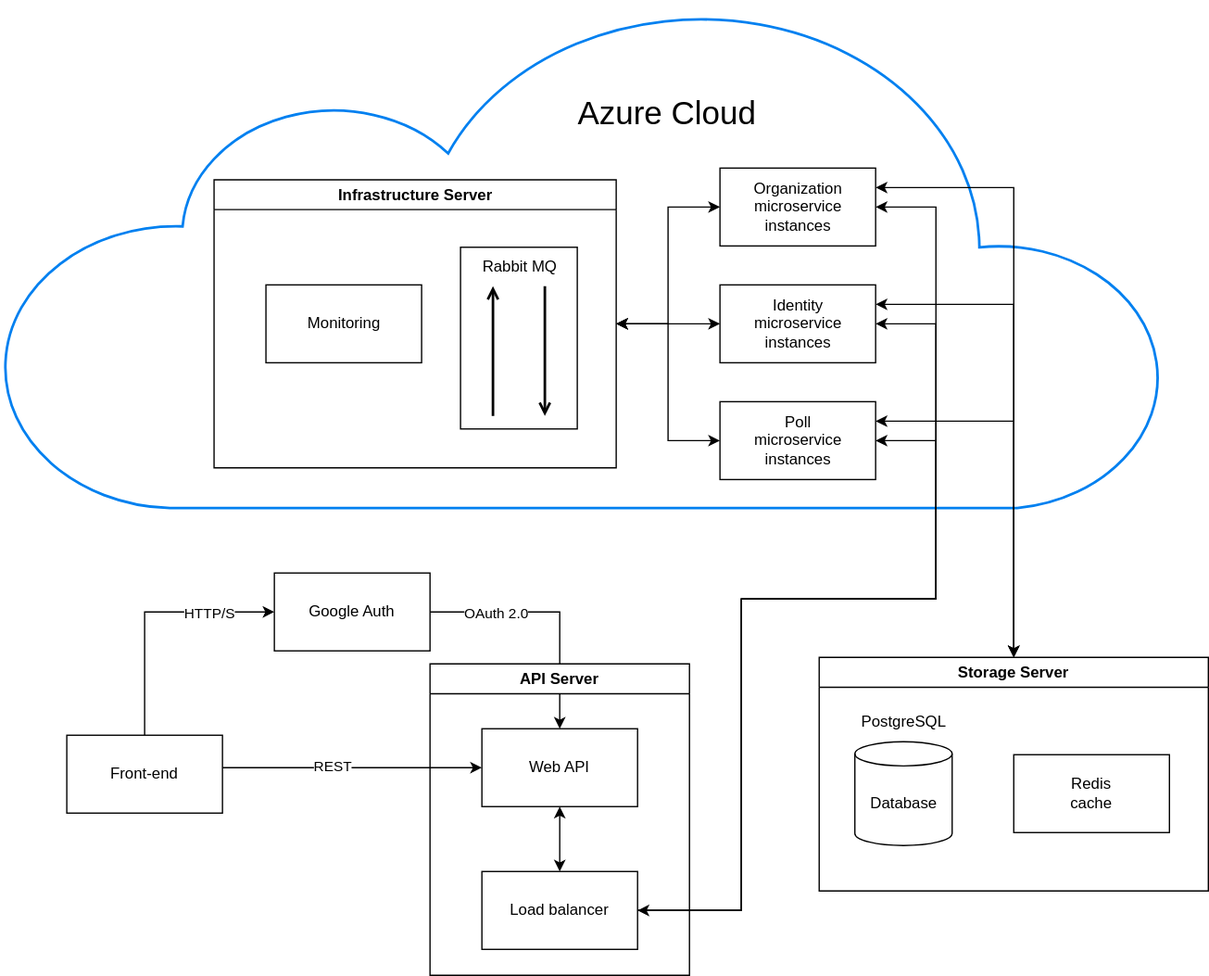
Above: docs/design/diagrams/deployment.svg in gurug-prog/survey-expert (draw.io), before the change. Source tidied: cells renumbered, new cells last; positions are measured from the earlier drawing's top-left corner, leaving out a move shared by most shapes.
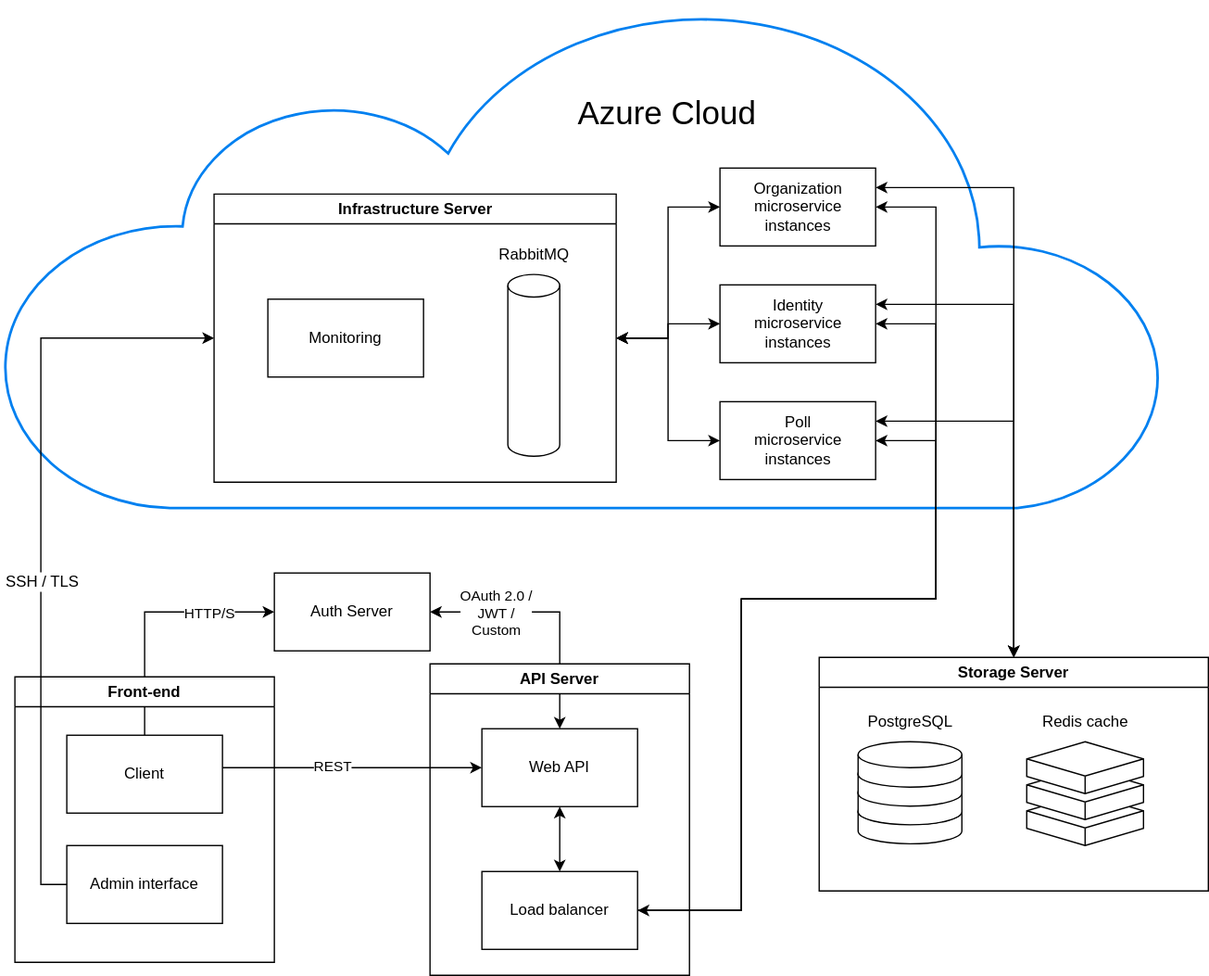
After the change.

Diff of the diagram source:
```diff
@@ -2,24 +2,15 @@
   <root>
     <mxCell id="0" />
     <mxCell id="1" parent="0" />
-    <mxCell id="2" style="group;" parent="1" vertex="1">
-      <mxGeometry width="898" height="390" as="geometry" />
-    </mxCell>
-    <mxCell id="3" style="html=1;verticalLabelPosition=bottom;align=center;labelBackgroundColor=#ffffff;verticalAlign=top;strokeWidth=2;strokeColor=#0080F0;shadow=0;dashed=0;shape=mxgraph.ios7.icons.cloud;" parent="2" vertex="1">
-      <mxGeometry width="898" height="390" as="geometry" />
-    </mxCell>
-    <mxCell id="4" value="&lt;font style=&quot;font-size: 25px;&quot;&gt;Azure Cloud&lt;/font&gt;" style="text;html=1;strokeColor=none;fillColor=none;align=center;verticalAlign=middle;whiteSpace=wrap;rounded=0;" parent="2" vertex="1">
-      <mxGeometry x="438" y="70" width="150" height="30" as="geometry" />
-    </mxCell>
-    <mxCell id="5" style="edgeStyle=orthogonalEdgeStyle;rounded=0;jettySize=auto;html=1;exitX=1;exitY=0.5;exitDx=0;exitDy=0;entryX=0.5;entryY=0;entryDx=0;entryDy=0;" parent="1" edge="1" source="7" target="13">
+    <mxCell id="5" style="edgeStyle=orthogonalEdgeStyle;rounded=0;jettySize=auto;html=1;exitX=1;exitY=0.5;exitDx=0;exitDy=0;entryX=0.5;entryY=0;entryDx=0;entryDy=0;startArrow=classic;startFill=1;" parent="1" edge="1" source="7" target="13">
       <mxGeometry relative="1" as="geometry" />
     </mxCell>
-    <mxCell id="6" value="OAuth 2.0" style="edgeLabel;html=1;align=center;verticalAlign=middle;" parent="5" vertex="1">
+    <mxCell id="6" value="OAuth 2.0 /&lt;br&gt;JWT /&lt;br&gt;Custom" style="edgeLabel;html=1;align=center;verticalAlign=middle;" parent="5" vertex="1">
       <mxGeometry x="-0.31" y="2" relative="1" as="geometry">
         <mxPoint x="-16" y="2" as="offset" />
       </mxGeometry>
     </mxCell>
-    <mxCell id="7" value="Google Auth" style="rounded=0;whiteSpace=wrap;html=1;" parent="1" vertex="1">
+    <mxCell id="7" value="Auth Server" style="rounded=0;whiteSpace=wrap;html=1;" parent="1" vertex="1">
       <mxGeometry x="210" y="440" width="120" height="60" as="geometry" />
     </mxCell>
     <mxCell id="8" style="edgeStyle=orthogonalEdgeStyle;rounded=0;jettySize=auto;html=1;entryX=0;entryY=0.5;entryDx=0;entryDy=0;exitX=1;exitY=0.417;exitDx=0;exitDy=0;exitPerimeter=0;" parent="1" edge="1" source="40" target="13">
@@ -51,18 +42,18 @@
     <mxCell id="16" value="Storage Server" style="swimlane;whiteSpace=wrap;html=1;" parent="1" vertex="1">
       <mxGeometry x="630" y="505" width="300" height="180" as="geometry" />
     </mxCell>
-    <mxCell id="17" value="Redis&lt;br&gt;cache" style="rounded=0;whiteSpace=wrap;html=1;" parent="16" vertex="1">
-      <mxGeometry x="150" y="75" width="120" height="60" as="geometry" />
+    <mxCell id="17" value="Redis cache" style="text;html=1;align=center;verticalAlign=middle;strokeColor=none;fillColor=none;" parent="16" vertex="1">
+      <mxGeometry x="160" y="35" width="90" height="30" as="geometry" />
     </mxCell>
-    <mxCell id="18" style="group;" parent="16" vertex="1">
-      <mxGeometry x="20" y="35" width="90" height="110" as="geometry" />
-    </mxCell>
-    <mxCell id="19" value="Database" style="shape=cylinder3;whiteSpace=wrap;html=1;boundedLbl=1;backgroundOutline=1;size=9.333333333333258;" parent="18" vertex="1">
-      <mxGeometry x="7.5" y="30" width="75" height="80" as="geometry" />
-    </mxCell>
-    <mxCell id="20" value="PostgreSQL" style="text;html=1;align=center;verticalAlign=middle;strokeColor=none;fillColor=none;" parent="18" vertex="1">
-      <mxGeometry width="90" height="30" as="geometry" />
+    <mxCell id="20" value="PostgreSQL" style="text;html=1;align=center;verticalAlign=middle;strokeColor=none;fillColor=none;" parent="16" vertex="1">
+      <mxGeometry x="25" y="35" width="90" height="30" as="geometry" />
     </mxCell>
+    <mxCell id="3" style="html=1;verticalLabelPosition=bottom;align=center;labelBackgroundColor=#ffffff;verticalAlign=top;strokeWidth=2;strokeColor=#0080F0;shadow=0;dashed=0;shape=mxgraph.ios7.icons.cloud;" parent="1" vertex="1">
+      <mxGeometry width="898" height="390" as="geometry" />
+    </mxCell>
+    <mxCell id="4" value="&lt;font style=&quot;font-size: 25px;&quot;&gt;Azure Cloud&lt;/font&gt;" style="text;html=1;strokeColor=none;fillColor=none;align=center;verticalAlign=middle;whiteSpace=wrap;rounded=0;" parent="1" vertex="1">
+      <mxGeometry x="438" y="70" width="150" height="30" as="geometry" />
+    </mxCell>
     <mxCell id="21" style="edgeStyle=orthogonalEdgeStyle;rounded=0;jettySize=auto;html=1;entryX=0.5;entryY=0;entryDx=0;entryDy=0;startArrow=classic;startFill=1;exitX=1;exitY=0.25;exitDx=0;exitDy=0;" parent="1" edge="1" source="24" target="16">
       <mxGeometry relative="1" as="geometry">
         <Array as="points">
@@ -94,32 +85,8 @@
       <mxGeometry x="553.5" y="308" width="120" height="60" as="geometry" />
     </mxCell>
     <mxCell id="27" value="Infrastructure Server" style="swimlane;whiteSpace=wrap;html=1;" parent="1" vertex="1">
-      <mxGeometry x="163.5" y="137" width="310" height="222" as="geometry" />
+      <mxGeometry x="163.5" y="148" width="310" height="222" as="geometry" />
     </mxCell>
-    <mxCell id="28" style="group;" parent="27" vertex="1">
-      <mxGeometry x="190" y="52" width="90" height="140" as="geometry" />
-    </mxCell>
-    <mxCell id="29" style="rounded=0;whiteSpace=wrap;html=1;" parent="28" vertex="1">
-      <mxGeometry width="90" height="140" as="geometry" />
-    </mxCell>
-    <mxCell id="30" style="endArrow=open;html=1;rounded=0;endFill=0;strokeWidth=2;" parent="28" edge="1">
-      <mxGeometry relative="1" as="geometry">
-        <mxPoint x="25" y="130" as="sourcePoint" />
-        <mxPoint x="25" y="30" as="targetPoint" />
-      </mxGeometry>
-    </mxCell>
-    <mxCell id="31" style="endArrow=open;html=1;rounded=0;endFill=0;strokeWidth=2;" parent="28" edge="1">
-      <mxGeometry relative="1" as="geometry">
-        <mxPoint x="65" y="30" as="sourcePoint" />
-        <mxPoint x="65" y="130" as="targetPoint" />
-      </mxGeometry>
-    </mxCell>
-    <mxCell id="32" value="Rabbit MQ" style="text;html=1;align=center;verticalAlign=middle;strokeColor=none;fillColor=none;" parent="28" vertex="1">
-      <mxGeometry x="5" width="80" height="30" as="geometry" />
-    </mxCell>
-    <mxCell id="33" value="Monitoring" style="rounded=0;whiteSpace=wrap;html=1;" parent="27" vertex="1">
-      <mxGeometry x="40" y="81" width="120" height="60" as="geometry" />
-    </mxCell>
     <mxCell id="34" style="edgeStyle=orthogonalEdgeStyle;rounded=0;jettySize=auto;html=1;exitX=0;exitY=0.5;exitDx=0;exitDy=0;entryX=1;entryY=0.5;entryDx=0;entryDy=0;startArrow=classic;startFill=1;" parent="1" edge="1" source="24" target="27">
       <mxGeometry relative="1" as="geometry" />
     </mxCell>
@@ -129,6 +96,9 @@
     <mxCell id="36" style="edgeStyle=orthogonalEdgeStyle;rounded=0;jettySize=auto;html=1;exitX=0;exitY=0.5;exitDx=0;exitDy=0;startArrow=classic;startFill=1;entryX=1;entryY=0.5;entryDx=0;entryDy=0;" parent="1" edge="1" source="26" target="27">
       <mxGeometry relative="1" as="geometry" />
     </mxCell>
+    <mxCell id="33" value="Monitoring" style="rounded=0;whiteSpace=wrap;html=1;" parent="1" vertex="1">
+      <mxGeometry x="205" y="229" width="120" height="60" as="geometry" />
+    </mxCell>
     <mxCell id="37" style="edgeStyle=orthogonalEdgeStyle;rounded=0;jettySize=auto;html=1;exitX=1;exitY=0.5;exitDx=0;exitDy=0;strokeWidth=1;fontSize=12;entryX=1;entryY=0.5;entryDx=0;entryDy=0;" parent="1" edge="1" source="15" target="24">
       <mxGeometry relative="1" as="geometry">
         <Array as="points">
@@ -159,8 +129,53 @@
         </Array>
       </mxGeometry>
     </mxCell>
+    <mxCell id="41" value="Front-end" style="swimlane;whiteSpace=wrap;html=1;" parent="1" vertex="1">
+      <mxGeometry x="10" y="520" width="200" height="220" as="geometry" />
+    </mxCell>
-    <mxCell id="40" value="Front-end" style="rounded=0;whiteSpace=wrap;html=1;" parent="1" vertex="1">
-      <mxGeometry x="50" y="565" width="120" height="60" as="geometry" />
+    <mxCell id="40" value="Client" style="rounded=0;whiteSpace=wrap;html=1;" parent="41" vertex="1">
+      <mxGeometry x="40" y="45" width="120" height="60" as="geometry" />
     </mxCell>
+    <mxCell id="42" value="Admin interface" style="rounded=0;whiteSpace=wrap;html=1;" parent="41" vertex="1">
+      <mxGeometry x="40" y="130" width="120" height="60" as="geometry" />
+    </mxCell>
+    <mxCell id="43" style="edgeStyle=orthogonalEdgeStyle;rounded=0;jettySize=auto;html=1;exitX=0;exitY=0.5;exitDx=0;exitDy=0;strokeWidth=1;fontSize=12;startArrow=none;startFill=0;entryX=0;entryY=0.5;entryDx=0;entryDy=0;" parent="1" edge="1" source="42" target="27">
+      <mxGeometry relative="1" as="geometry" />
+    </mxCell>
+    <mxCell id="44" value="SSH / TLS" style="edgeLabel;html=1;align=center;verticalAlign=middle;fontSize=12;" parent="43" vertex="1">
+      <mxGeometry x="-0.12" relative="1" as="geometry" />
+    </mxCell>
+    <mxCell id="45" style="group;" parent="1" vertex="1">
+      <mxGeometry x="790" y="570" width="90" height="80" as="geometry" />
+    </mxCell>
+    <mxCell id="46" style="html=1;whiteSpace=wrap;shape=isoCube2;backgroundOutline=1;isoAngle=9.285714285714334;" parent="45" vertex="1">
+      <mxGeometry y="40" width="90" height="40" as="geometry" />
+    </mxCell>
+    <mxCell id="47" style="html=1;whiteSpace=wrap;shape=isoCube2;backgroundOutline=1;isoAngle=9.285714285714334;" parent="45" vertex="1">
+      <mxGeometry y="20" width="90" height="40" as="geometry" />
+    </mxCell>
+    <mxCell id="48" style="html=1;whiteSpace=wrap;shape=isoCube2;backgroundOutline=1;isoAngle=9.285714285714334;" parent="45" vertex="1">
+      <mxGeometry width="90" height="40" as="geometry" />
+    </mxCell>
+    <mxCell id="49" style="group;" parent="1" vertex="1">
+      <mxGeometry x="660" y="570" width="80" height="78.7" as="geometry" />
+    </mxCell>
+    <mxCell id="50" style="shape=cylinder3;whiteSpace=wrap;html=1;boundedLbl=1;backgroundOutline=1;size=10;shadow=0;" parent="49" vertex="1">
+      <mxGeometry y="43.7" width="80" height="35" as="geometry" />
+    </mxCell>
+    <mxCell id="51" style="shape=cylinder3;whiteSpace=wrap;html=1;boundedLbl=1;backgroundOutline=1;size=10;shadow=0;" parent="49" vertex="1">
+      <mxGeometry y="29" width="80" height="35" as="geometry" />
+    </mxCell>
+    <mxCell id="52" style="shape=cylinder3;whiteSpace=wrap;html=1;boundedLbl=1;backgroundOutline=1;size=10;shadow=0;" parent="49" vertex="1">
+      <mxGeometry y="14.7" width="80" height="35" as="geometry" />
+    </mxCell>
+    <mxCell id="53" style="shape=cylinder3;whiteSpace=wrap;html=1;boundedLbl=1;backgroundOutline=1;size=10;shadow=0;" parent="49" vertex="1">
+      <mxGeometry width="80" height="35" as="geometry" />
+    </mxCell>
+    <mxCell id="54" style="shape=cylinder3;whiteSpace=wrap;html=1;boundedLbl=1;backgroundOutline=1;size=8.666666666666686;strokeColor=#000000;direction=east;" parent="1" vertex="1">
+      <mxGeometry x="390" y="210" width="40" height="140" as="geometry" />
+    </mxCell>
+    <mxCell id="55" value="RabbitMQ" style="text;html=1;align=center;verticalAlign=middle;strokeColor=none;fillColor=none;" parent="1" vertex="1">
+      <mxGeometry x="370" y="180" width="80" height="30" as="geometry" />
+    </mxCell>
   </root>
 </mxGraphModel>
```
